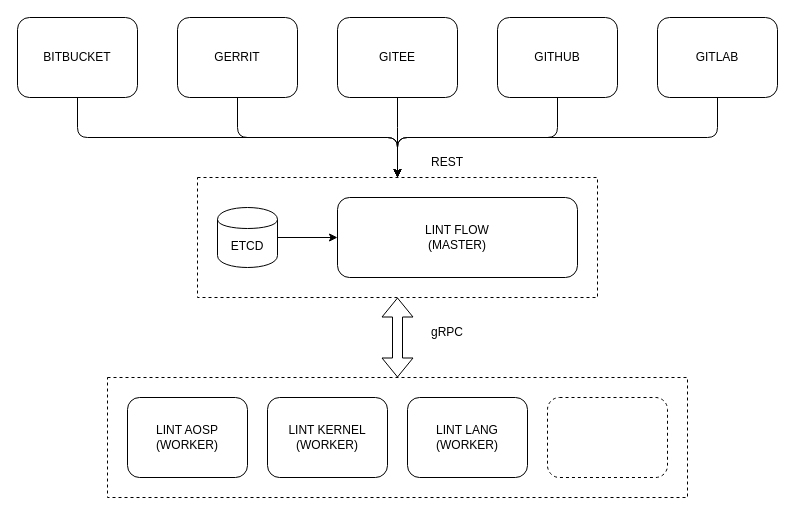
devops-lintflow/lintwork keeps this draw.io diagram as design.drawio. Above is the earlier version. Source tidied: cells renumbered, new cells numbered last; positions are measured from the earlier drawing's top-left corner, leaving out a move shared by most shapes. Both pictures are drawn from the tidied source at 100%, with x=0, y=0 at pixel (17, 17).
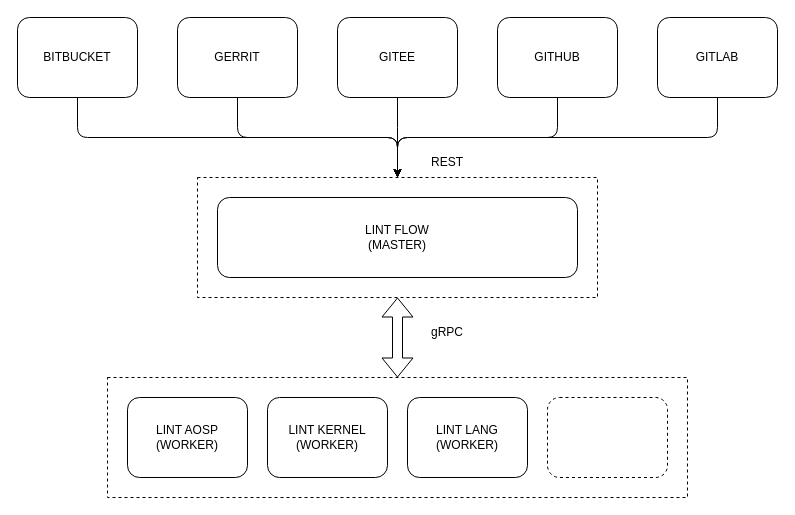
After the change.

Diff of the diagram source:
```diff
@@
     <mxCell id="8" value="LINT FLOW&lt;br&gt;(MASTER)" style="rounded=1;whiteSpace=wrap;html=1;" parent="1" vertex="1">
-      <mxGeometry x="320" y="180" width="240" height="80" as="geometry" />
+      <mxGeometry x="200" y="180" width="360" height="80" as="geometry" />
     </mxCell>
@@
-    <mxCell id="18" value="ETCD" style="shape=cylinder;whiteSpace=wrap;html=1;boundedLbl=1;backgroundOutline=1;" parent="1" vertex="1">
-      <mxGeometry x="200" y="190" width="60" height="60" as="geometry" />
-    </mxCell>
@@
-    <mxCell id="23" style="endArrow=classic;html=1;exitX=1;exitY=0.5;exitDx=0;exitDy=0;" parent="1" edge="1" source="18">
-      <mxGeometry relative="1" as="geometry">
-        <mxPoint x="320" y="220" as="targetPoint" />
-      </mxGeometry>
-    </mxCell>
```
